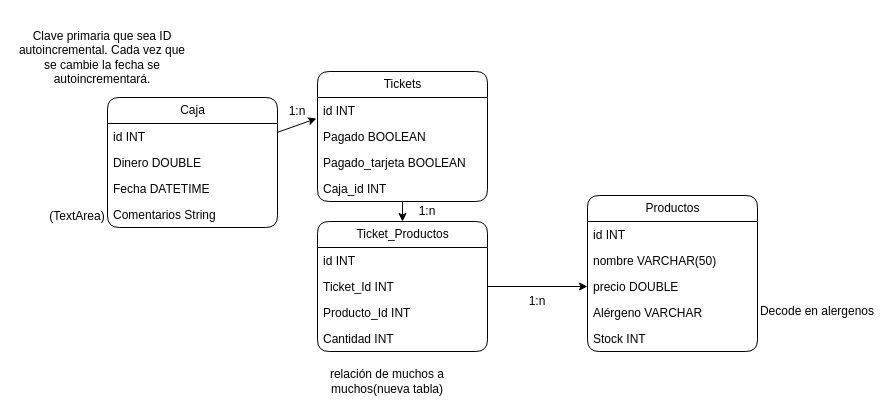
Earlier version of the draw.io diagram BBDD/ModeloRelacional.drawio (MarioMunPeq/Cafeteria-Java-1DAM). Source tidied: cells renumbered, new cells numbered last; positions are measured from the earlier drawing's top-left corner, leaving out a move shared by most shapes. Both pictures are drawn from the tidied source at 100%, with x=0, y=0 at pixel (17, 17).
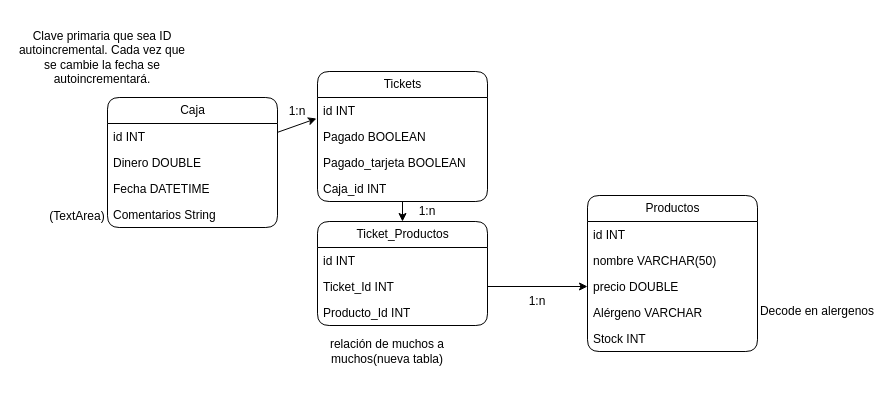
Above is the later version.

Commit message (it also covers changes not shown here):
Modificacion del acceso a la BBDD(otra vez)

Change to the diagram source:
```diff
@@
     <mxCell id="14" value="Ticket_Productos" style="swimlane;fontStyle=0;horizontal=1;startSize=26;fillColor=none;html=1;rounded=1;" parent="1" vertex="1">
-      <mxGeometry x="300" y="204" width="170" height="130" as="geometry" />
+      <mxGeometry x="300" y="204" width="170" height="104" as="geometry" />
     </mxCell>
@@
-    <mxCell id="18" value="Cantidad INT" style="text;strokeColor=none;fillColor=none;align=left;verticalAlign=top;spacingLeft=4;spacingRight=4;overflow=hidden;whiteSpace=wrap;html=1;rounded=1;" parent="14" vertex="1">
-      <mxGeometry y="104" width="170" height="26" as="geometry" />
-    </mxCell>
@@
     <mxCell id="27" value="relación de muchos a muchos(nueva tabla)" style="text;html=1;strokeColor=none;fillColor=none;align=center;verticalAlign=middle;whiteSpace=wrap;rounded=1;" parent="1" vertex="1">
-      <mxGeometry x="310" y="344" width="120" height="40" as="geometry" />
+      <mxGeometry x="310" y="314" width="120" height="40" as="geometry" />
     </mxCell>
```
